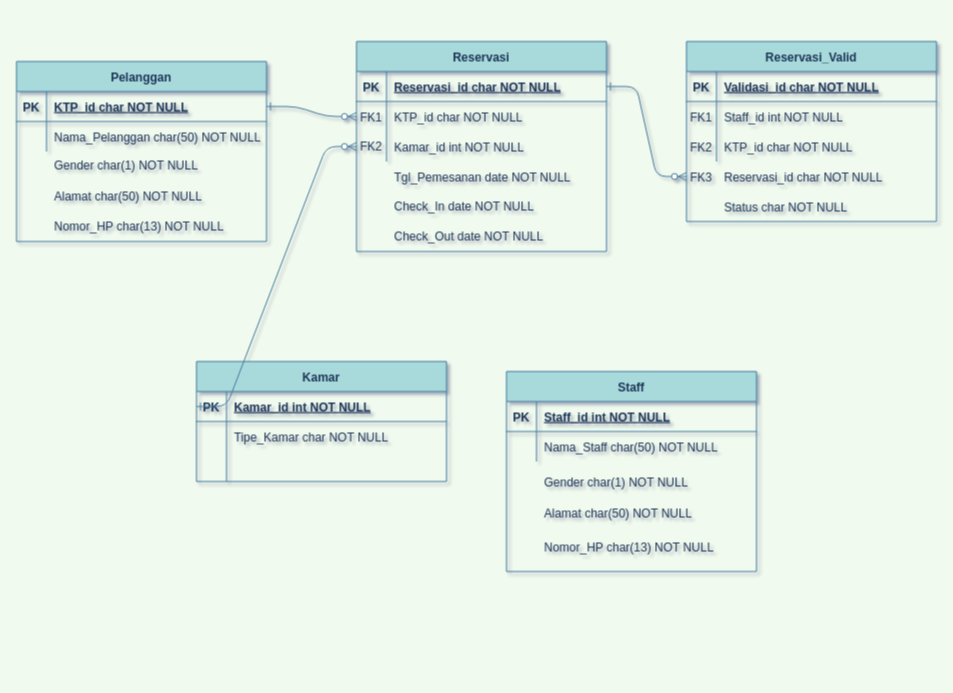
The draw.io diagram ERD K9 APSI.drawio in mewwwty/kuliah, before the edit. Source tidied: cells renumbered, new cells numbered last; positions are measured from the earlier drawing's top-left corner, leaving out a move shared by most shapes. Both pictures are drawn from the tidied source at 100%, with x=0, y=0 at pixel (16, 41).
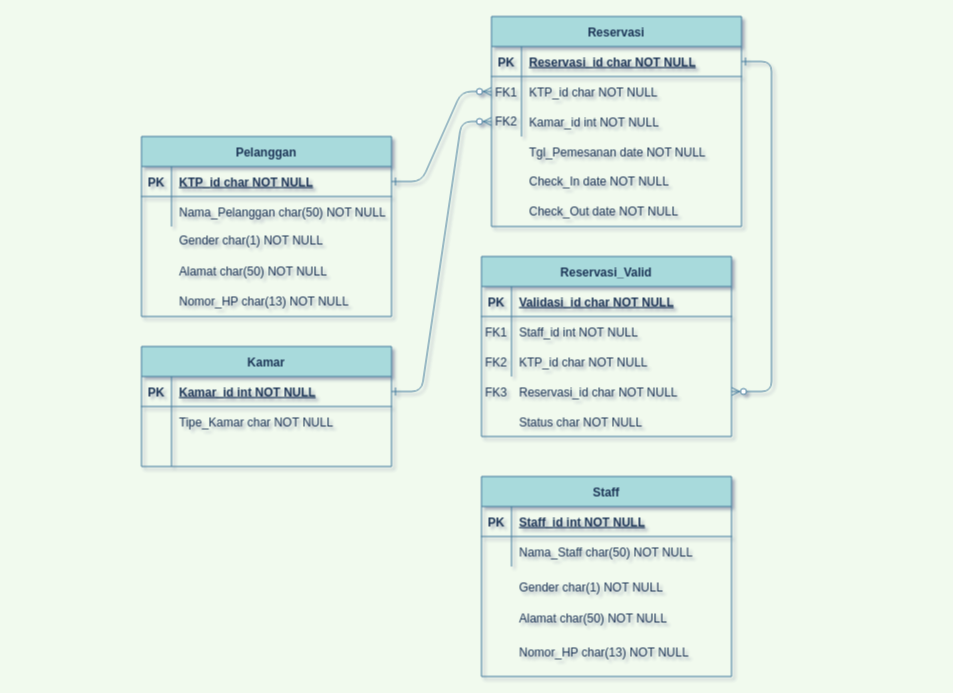
The same diagram, later.

Unchanged cells that the change refers to:
```xml
<mxCell id="5" style="shape=partialRectangle;fillColor=none;points=[[0,0.5],[1,0.5]];portConstraint=eastwest;top=0;left=0;right=0;bottom=1;strokeColor=#457B9D;fontColor=#1D3557;" parent="4" vertex="1">
  <mxGeometry y="30" width="250" height="30" as="geometry" />
</mxCell>
<mxCell id="15" value="Reservasi_Valid" style="shape=table;startSize=30;childLayout=tableLayout;rowLines=0;fontStyle=1;align=center;fillColor=#A8DADC;strokeColor=#457B9D;fontColor=#1D3557;" parent="14" vertex="1">
  <mxGeometry width="250" height="180" as="geometry" />
</mxCell>
<mxCell id="31" style="shape=partialRectangle;fillColor=none;points=[[0,0.5],[1,0.5]];portConstraint=eastwest;top=0;left=0;right=0;bottom=1;strokeColor=#457B9D;fontColor=#1D3557;" parent="30" vertex="1">
  <mxGeometry y="30" width="250" height="30" as="geometry" />
</mxCell>
<mxCell id="37" style="shape=partialRectangle;fillColor=none;points=[[0,0.5],[1,0.5]];portConstraint=eastwest;top=0;left=0;right=0;bottom=0;strokeColor=#457B9D;fontColor=#1D3557;" parent="30" vertex="1">
  <mxGeometry y="90" width="250" height="30" as="geometry" />
</mxCell>
```

Change to the diagram source:
```diff
@@
-    <mxCell id="3" style="edgeStyle=entityRelationEdgeStyle;endArrow=ERzeroToMany;startArrow=ERone;endFill=1;startFill=0;strokeColor=#457B9D;fontColor=#1D3557;entryX=0;entryY=0.75;entryDx=0;entryDy=0;labelBackgroundColor=#F1FAEE;" parent="1" edge="1" source="31" target="15">
+    <mxCell id="3" style="edgeStyle=entityRelationEdgeStyle;endArrow=ERzeroToMany;startArrow=ERone;endFill=1;startFill=0;strokeColor=#457B9D;fontColor=#1D3557;labelBackgroundColor=#F1FAEE;entryX=1;entryY=0.5;entryDx=0;entryDy=0;" parent="1" edge="1" source="31" target="67">
       <mxGeometry relative="1" as="geometry" />
     </mxCell>
     <mxCell id="4" value="Kamar" style="shape=table;startSize=30;childLayout=tableLayout;rowLines=0;fontStyle=1;align=center;fillColor=#A8DADC;strokeColor=#457B9D;fontColor=#1D3557;" parent="1" vertex="1">
-      <mxGeometry x="180" y="320" width="250" height="120" as="geometry" />
+      <mxGeometry x="125" y="305" width="250" height="120" as="geometry" />
     </mxCell>
@@
     <mxCell id="14" style="group;fontColor=#1D3557;" parent="1" vertex="1">
-      <mxGeometry x="670" width="250" height="180" as="geometry" />
+      <mxGeometry x="465" y="215" width="250" height="180" as="geometry" />
     </mxCell>
@@
+    <mxCell id="67" style="shape=partialRectangle;fillColor=none;points=[[0,0.5],[1,0.5]];portConstraint=eastwest;top=0;left=0;right=0;bottom=0;strokeColor=#457B9D;fontColor=#1D3557;" parent="14" vertex="1">
+      <mxGeometry y="120" width="250" height="30" as="geometry" />
+    </mxCell>
+    <mxCell id="68" style="shape=partialRectangle;overflow=hidden;fillColor=none;top=0;left=0;bottom=0;right=0;strokeColor=#457B9D;fontColor=#1D3557;" parent="67" vertex="1">
+      <mxGeometry width="30" height="30" as="geometry" />
+    </mxCell>
+    <mxCell id="69" style="shape=partialRectangle;overflow=hidden;fillColor=none;top=0;left=0;bottom=0;right=0;align=left;spacingLeft=6;strokeColor=#457B9D;fontColor=#1D3557;" parent="67" vertex="1">
+      <mxGeometry x="30" width="220" height="30" as="geometry" />
+    </mxCell>
     <mxCell id="29" style="group;fontColor=#1D3557;" parent="1" vertex="1">
-      <mxGeometry x="340" width="250" height="210" as="geometry" />
+      <mxGeometry x="475" y="-25" width="250" height="210" as="geometry" />
     </mxCell>
@@
     <mxCell id="44" style="group;fontColor=#1D3557;" parent="1" vertex="1">
-      <mxGeometry y="20" width="250" height="180" as="geometry" />
+      <mxGeometry x="125" y="95" width="250" height="180" as="geometry" />
     </mxCell>
@@
     <mxCell id="55" style="group;fontColor=#1D3557;" parent="1" vertex="1">
-      <mxGeometry x="490" y="330" width="250" height="200" as="geometry" />
+      <mxGeometry x="465" y="435" width="250" height="200" as="geometry" />
     </mxCell>
@@
-    <mxCell id="66" style="edgeStyle=entityRelationEdgeStyle;endArrow=ERzeroToMany;startArrow=ERone;endFill=1;startFill=0;strokeColor=#457B9D;fontColor=#1D3557;labelBackgroundColor=#F1FAEE;exitX=0;exitY=0.5;exitDx=0;exitDy=0;" parent="1" edge="1" source="5" target="37">
+    <mxCell id="66" style="edgeStyle=entityRelationEdgeStyle;endArrow=ERzeroToMany;startArrow=ERone;endFill=1;startFill=0;strokeColor=#457B9D;fontColor=#1D3557;labelBackgroundColor=#F1FAEE;" parent="1" edge="1" source="5" target="37">
       <mxGeometry relative="1" as="geometry" />
     </mxCell>
```
